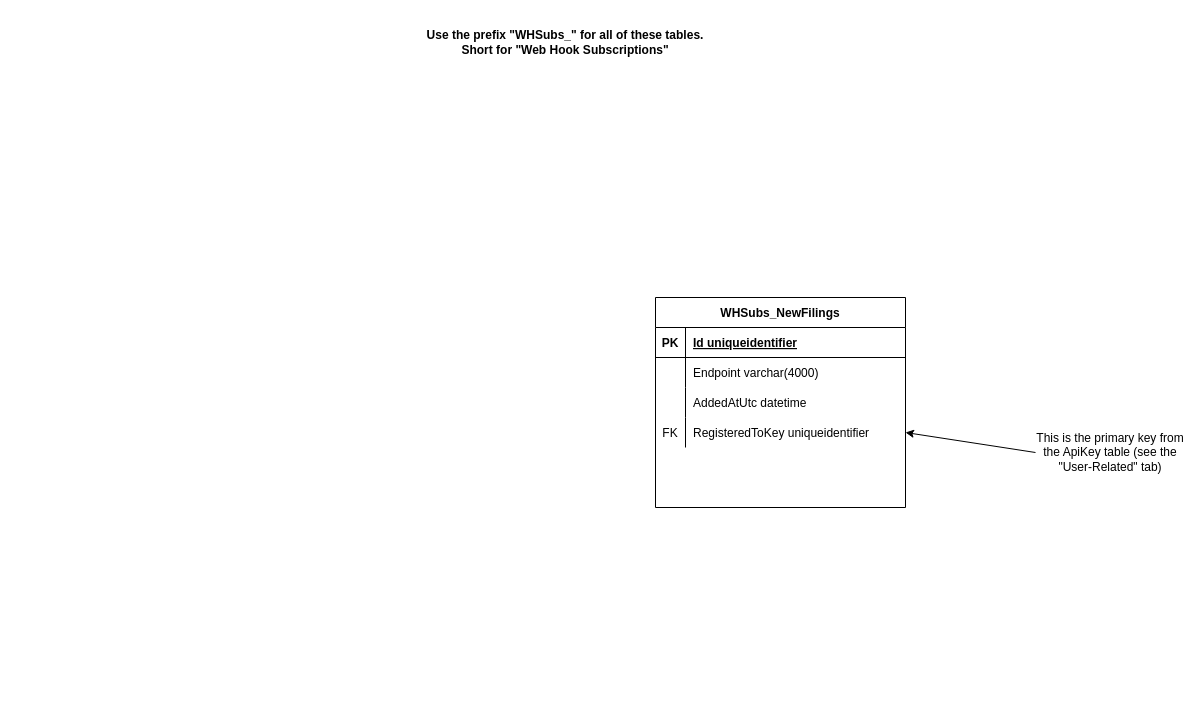
Above: page "Webhook Triggers" (2 of 3) of AletheiaErd.drawio in TimHanewich/Aletheia-Engine-Library (draw.io), before the change. Source tidied: cells renumbered, new cells numbered last; positions are measured from the earlier drawing's top-left corner, leaving out a move shared by most shapes. Both pictures are drawn from the tidied source at 100%, with x=0, y=0 at pixel (415, 17).
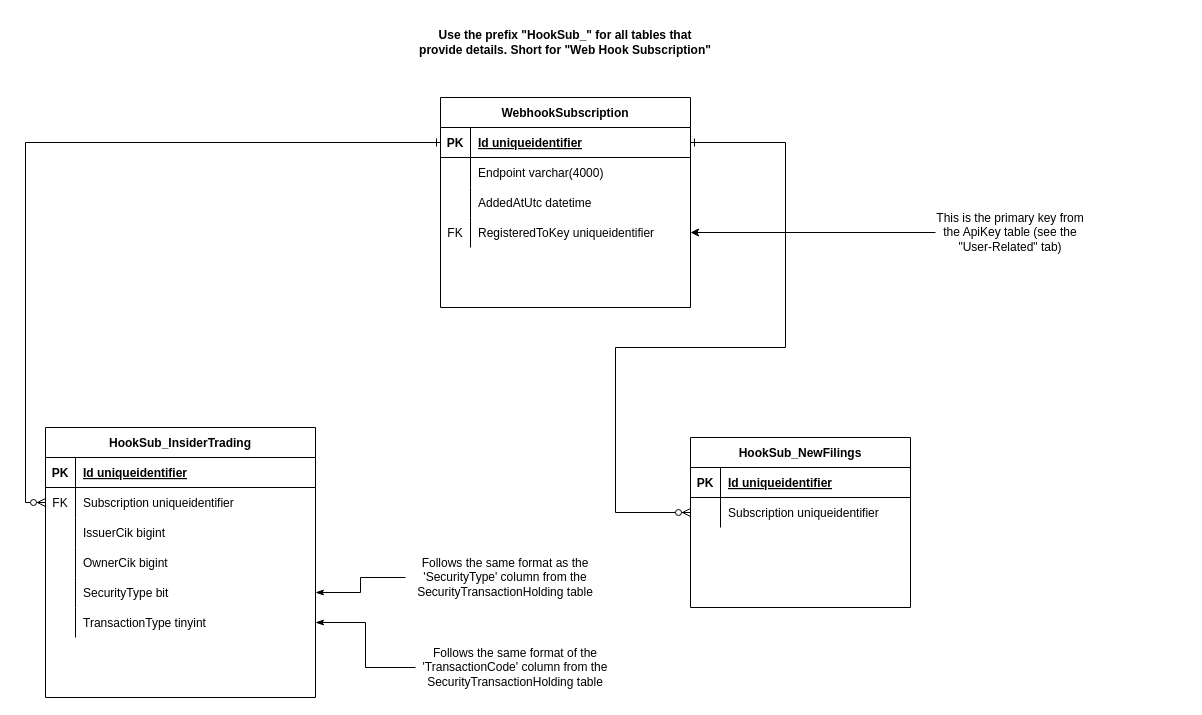
Above is the later version.

Commit message:
Updated webhook ERD diagram

Unchanged cells that the change refers to:
```xml
<mxCell id="3" style="shape=partialRectangle;fillColor=none;top=0;left=0;bottom=1;right=0;points=[[0,0.5],[1,0.5]];portConstraint=eastwest;" parent="2" vertex="1">
  <mxGeometry y="30" width="250" height="30" as="geometry" />
</mxCell>
```

The edit, as a diff of the source:
```diff
@@
-    <mxCell id="2" value="WHSubs_NewFilings" style="shape=table;startSize=30;childLayout=tableLayout;rowLines=0;fontStyle=1;align=center;" parent="1" vertex="1">
-      <mxGeometry x="240" y="280" width="250" height="210" as="geometry" />
+    <mxCell id="2" value="WebhookSubscription" style="shape=table;startSize=30;childLayout=tableLayout;rowLines=0;fontStyle=1;align=center;" parent="1" vertex="1">
+      <mxGeometry x="25" y="80" width="250" height="210" as="geometry" />
     </mxCell>
@@
-    <mxCell id="15" value="Use the prefix &quot;WHSubs_&quot; for all of these tables. Short for &quot;Web Hook Subscriptions&quot;" style="text;html=1;strokeColor=none;fillColor=none;align=center;verticalAlign=middle;whiteSpace=wrap;rounded=0;fontStyle=1;" parent="1" vertex="1">
+    <mxCell id="15" value="Use the prefix &quot;HookSub_&quot; for all tables that provide details. Short for &quot;Web Hook Subscription&quot;" style="text;html=1;strokeColor=none;fillColor=none;align=center;verticalAlign=middle;whiteSpace=wrap;rounded=0;fontStyle=1;" parent="1" vertex="1">
       <mxGeometry width="300" height="50" as="geometry" />
     </mxCell>
@@
     <mxCell id="17" value="This is the primary key from the ApiKey table (see the &quot;User-Related&quot; tab)" style="text;html=1;strokeColor=none;fillColor=none;align=center;verticalAlign=middle;whiteSpace=wrap;rounded=0;" parent="1" vertex="1">
-      <mxGeometry x="620" y="410" width="150" height="50" as="geometry" />
+      <mxGeometry x="520" y="190" width="150" height="50" as="geometry" />
     </mxCell>
+    <mxCell id="18" value="HookSub_InsiderTrading" style="shape=table;startSize=30;childLayout=tableLayout;rowLines=0;fontStyle=1;align=center;" parent="1" vertex="1">
+      <mxGeometry x="-370" y="410" width="270" height="270" as="geometry" />
+    </mxCell>
+    <mxCell id="19" style="shape=partialRectangle;fillColor=none;top=0;left=0;bottom=1;right=0;" parent="18" vertex="1">
+      <mxGeometry y="30" width="270" height="30" as="geometry" />
+    </mxCell>
+    <mxCell id="20" value="PK" style="shape=partialRectangle;fillColor=none;top=0;left=0;bottom=0;right=0;fontStyle=1;overflow=hidden;" parent="19" vertex="1">
+      <mxGeometry width="30" height="30" as="geometry" />
+    </mxCell>
+    <mxCell id="21" value="Id uniqueidentifier" style="shape=partialRectangle;fillColor=none;top=0;left=0;bottom=0;right=0;align=left;spacingLeft=6;fontStyle=5;overflow=hidden;" parent="19" vertex="1">
+      <mxGeometry x="30" width="240" height="30" as="geometry" />
+    </mxCell>
+    <mxCell id="22" style="shape=partialRectangle;fillColor=none;top=0;left=0;bottom=0;right=0;points=[[0,0.5],[1,0.5]];portConstraint=eastwest;" parent="18" vertex="1">
+      <mxGeometry y="60" width="270" height="30" as="geometry" />
+    </mxCell>
+    <mxCell id="23" value="FK" style="shape=partialRectangle;fillColor=none;top=0;left=0;bottom=0;right=0;overflow=hidden;" parent="22" vertex="1">
+      <mxGeometry width="30" height="30" as="geometry" />
+    </mxCell>
+    <mxCell id="24" value="Subscription uniqueidentifier" style="shape=partialRectangle;fillColor=none;top=0;left=0;bottom=0;right=0;align=left;spacingLeft=6;overflow=hidden;" parent="22" vertex="1">
+      <mxGeometry x="30" width="240" height="30" as="geometry" />
+    </mxCell>
+    <mxCell id="25" style="shape=partialRectangle;fillColor=none;top=0;left=0;bottom=0;right=0;" parent="18" vertex="1">
+      <mxGeometry y="90" width="270" height="30" as="geometry" />
+    </mxCell>
+    <mxCell id="26" style="shape=partialRectangle;fillColor=none;top=0;left=0;bottom=0;right=0;overflow=hidden;" parent="25" vertex="1">
+      <mxGeometry width="30" height="30" as="geometry" />
+    </mxCell>
+    <mxCell id="27" value="IssuerCik bigint" style="shape=partialRectangle;fillColor=none;top=0;left=0;bottom=0;right=0;align=left;spacingLeft=6;overflow=hidden;" parent="25" vertex="1">
+      <mxGeometry x="30" width="240" height="30" as="geometry" />
+    </mxCell>
+    <mxCell id="28" style="shape=partialRectangle;fillColor=none;top=0;left=0;bottom=0;right=0;" parent="18" vertex="1">
+      <mxGeometry y="120" width="270" height="30" as="geometry" />
+    </mxCell>
+    <mxCell id="29" style="shape=partialRectangle;fillColor=none;top=0;left=0;bottom=0;right=0;overflow=hidden;" parent="28" vertex="1">
+      <mxGeometry width="30" height="30" as="geometry" />
+    </mxCell>
+    <mxCell id="30" value="OwnerCik bigint" style="shape=partialRectangle;fillColor=none;top=0;left=0;bottom=0;right=0;align=left;spacingLeft=6;overflow=hidden;" parent="28" vertex="1">
+      <mxGeometry x="30" width="240" height="30" as="geometry" />
+    </mxCell>
+    <mxCell id="31" style="shape=partialRectangle;fillColor=none;top=0;left=0;bottom=0;right=0;points=[[0,0.5],[1,0.5]];portConstraint=eastwest;" parent="18" vertex="1">
+      <mxGeometry y="150" width="270" height="30" as="geometry" />
+    </mxCell>
+    <mxCell id="32" style="shape=partialRectangle;fillColor=none;top=0;left=0;bottom=0;right=0;overflow=hidden;" parent="31" vertex="1">
+      <mxGeometry width="30" height="30" as="geometry" />
+    </mxCell>
+    <mxCell id="33" value="SecurityType bit" style="shape=partialRectangle;fillColor=none;top=0;left=0;bottom=0;right=0;align=left;spacingLeft=6;overflow=hidden;" parent="31" vertex="1">
+      <mxGeometry x="30" width="240" height="30" as="geometry" />
+    </mxCell>
+    <mxCell id="34" style="shape=partialRectangle;fillColor=none;top=0;left=0;bottom=0;right=0;points=[[0,0.5],[1,0.5]];portConstraint=eastwest;" parent="18" vertex="1">
+      <mxGeometry y="180" width="270" height="30" as="geometry" />
+    </mxCell>
+    <mxCell id="35" style="shape=partialRectangle;fillColor=none;top=0;left=0;bottom=0;right=0;overflow=hidden;" parent="34" vertex="1">
+      <mxGeometry width="30" height="30" as="geometry" />
+    </mxCell>
+    <mxCell id="36" value="TransactionType tinyint" style="shape=partialRectangle;fillColor=none;top=0;left=0;bottom=0;right=0;align=left;spacingLeft=6;overflow=hidden;" parent="34" vertex="1">
+      <mxGeometry x="30" width="240" height="30" as="geometry" />
+    </mxCell>
+    <mxCell id="37" style="edgeStyle=orthogonalEdgeStyle;rounded=0;jettySize=auto;html=1;exitX=0;exitY=0.5;exitDx=0;exitDy=0;entryX=0;entryY=0.5;entryDx=0;entryDy=0;endArrow=ERone;endFill=0;startArrow=ERzeroToMany;startFill=1;" parent="1" edge="1" source="22" target="3">
+      <mxGeometry relative="1" as="geometry" />
+    </mxCell>
+    <mxCell id="38" value="HookSub_NewFilings" style="shape=table;startSize=30;childLayout=tableLayout;rowLines=0;fontStyle=1;align=center;" parent="1" vertex="1">
+      <mxGeometry x="275" y="420" width="220" height="170" as="geometry" />
+    </mxCell>
+    <mxCell id="39" style="shape=partialRectangle;fillColor=none;top=0;left=0;bottom=1;right=0;" parent="38" vertex="1">
+      <mxGeometry y="30" width="220" height="30" as="geometry" />
+    </mxCell>
+    <mxCell id="40" value="PK" style="shape=partialRectangle;fillColor=none;top=0;left=0;bottom=0;right=0;fontStyle=1;overflow=hidden;" parent="39" vertex="1">
+      <mxGeometry width="30" height="30" as="geometry" />
+    </mxCell>
+    <mxCell id="41" value="Id uniqueidentifier" style="shape=partialRectangle;fillColor=none;top=0;left=0;bottom=0;right=0;align=left;spacingLeft=6;fontStyle=5;overflow=hidden;" parent="39" vertex="1">
+      <mxGeometry x="30" width="190" height="30" as="geometry" />
+    </mxCell>
+    <mxCell id="42" style="shape=partialRectangle;fillColor=none;top=0;left=0;bottom=0;right=0;points=[[0,0.5],[1,0.5]];portConstraint=eastwest;" parent="38" vertex="1">
+      <mxGeometry y="60" width="220" height="30" as="geometry" />
+    </mxCell>
+    <mxCell id="43" style="shape=partialRectangle;fillColor=none;top=0;left=0;bottom=0;right=0;overflow=hidden;" parent="42" vertex="1">
+      <mxGeometry width="30" height="30" as="geometry" />
+    </mxCell>
+    <mxCell id="44" value="Subscription uniqueidentifier" style="shape=partialRectangle;fillColor=none;top=0;left=0;bottom=0;right=0;align=left;spacingLeft=6;overflow=hidden;" parent="42" vertex="1">
+      <mxGeometry x="30" width="190" height="30" as="geometry" />
+    </mxCell>
+    <mxCell id="45" style="edgeStyle=orthogonalEdgeStyle;rounded=0;jettySize=auto;html=1;exitX=0;exitY=0.5;exitDx=0;exitDy=0;entryX=1;entryY=0.5;entryDx=0;entryDy=0;startArrow=ERzeroToMany;startFill=1;endArrow=ERone;endFill=0;" parent="1" edge="1" source="42" target="3">
+      <mxGeometry relative="1" as="geometry">
+        <Array as="points">
+          <mxPoint x="200" y="495" />
+          <mxPoint x="200" y="330" />
+          <mxPoint x="370" y="330" />
+          <mxPoint x="370" y="125" />
+        </Array>
+      </mxGeometry>
+    </mxCell>
+    <mxCell id="46" style="edgeStyle=orthogonalEdgeStyle;rounded=0;jettySize=auto;html=1;exitX=0;exitY=0.5;exitDx=0;exitDy=0;entryX=1;entryY=0.5;entryDx=0;entryDy=0;startArrow=none;startFill=0;endArrow=classicThin;endFill=1;" parent="1" edge="1" source="47" target="34">
+      <mxGeometry relative="1" as="geometry" />
+    </mxCell>
+    <mxCell id="47" value="Follows the same format of the 'TransactionCode' column from the SecurityTransactionHolding table" style="text;html=1;strokeColor=none;fillColor=none;align=center;verticalAlign=middle;whiteSpace=wrap;rounded=0;" parent="1" vertex="1">
+      <mxGeometry y="620" width="200" height="60" as="geometry" />
+    </mxCell>
+    <mxCell id="48" style="edgeStyle=orthogonalEdgeStyle;rounded=0;jettySize=auto;html=1;exitX=0;exitY=0.5;exitDx=0;exitDy=0;entryX=1;entryY=0.5;entryDx=0;entryDy=0;startArrow=none;startFill=0;endArrow=classicThin;endFill=1;" parent="1" edge="1" source="49" target="31">
+      <mxGeometry relative="1" as="geometry" />
+    </mxCell>
+    <mxCell id="49" value="Follows the same format as the 'SecurityType' column from the SecurityTransactionHolding table" style="text;html=1;strokeColor=none;fillColor=none;align=center;verticalAlign=middle;whiteSpace=wrap;rounded=0;" parent="1" vertex="1">
+      <mxGeometry x="-10" y="530" width="200" height="60" as="geometry" />
+    </mxCell>
```
